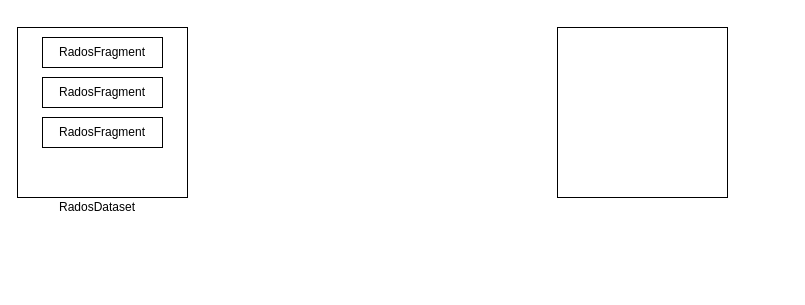
Above: arrow-cls-2.drawio in JayjeetAtGithub/draw.io (draw.io), before the change. Source tidied: cells renumbered, new cells numbered last; positions are measured from the earlier drawing's top-left corner, leaving out a move shared by most shapes. Both pictures are drawn from the tidied source at 100%, with x=0, y=0 at pixel (17, 27).
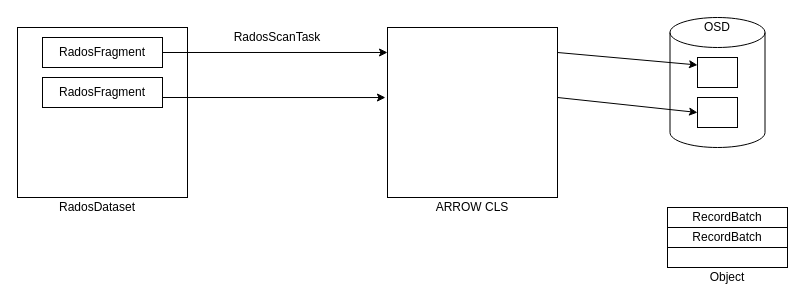
The same page after the edit.

The change refers to these unchanged cells:
```xml
<mxCell id="4" value="RadosFragment" style="rounded=0;whiteSpace=wrap;html=1;" parent="1" vertex="1">
  <mxGeometry x="25" y="10" width="120" height="30" as="geometry" />
</mxCell>
```

Change to the diagram source:
```diff
@@
     <mxCell id="3" style="whiteSpace=wrap;html=1;" parent="1" vertex="1">
-      <mxGeometry x="540" width="170" height="170" as="geometry" />
+      <mxGeometry x="370" width="170" height="170" as="geometry" />
     </mxCell>
@@
-    <mxCell id="5" value="RadosFragment" style="rounded=0;whiteSpace=wrap;html=1;" parent="1" vertex="1">
-      <mxGeometry x="25" y="90" width="120" height="30" as="geometry" />
-    </mxCell>
@@
+    <mxCell id="8" value="ARROW CLS" style="text;html=1;strokeColor=none;fillColor=none;align=center;verticalAlign=middle;whiteSpace=wrap;rounded=0;" parent="1" vertex="1">
+      <mxGeometry x="400" y="170" width="110" height="20" as="geometry" />
+    </mxCell>
+    <mxCell id="9" style="shape=cylinder3;whiteSpace=wrap;html=1;boundedLbl=1;backgroundOutline=1;size=15;" parent="1" vertex="1">
+      <mxGeometry x="652.5" y="-10" width="95" height="130" as="geometry" />
+    </mxCell>
+    <mxCell id="10" style="rounded=0;whiteSpace=wrap;html=1;" parent="1" vertex="1">
+      <mxGeometry x="680" y="70" width="40" height="30" as="geometry" />
+    </mxCell>
+    <mxCell id="11" style="rounded=0;whiteSpace=wrap;html=1;" parent="1" vertex="1">
+      <mxGeometry x="680" y="30" width="40" height="30" as="geometry" />
+    </mxCell>
+    <mxCell id="12" style="rounded=0;whiteSpace=wrap;html=1;" parent="1" vertex="1">
+      <mxGeometry x="650" y="180" width="120" height="60" as="geometry" />
+    </mxCell>
+    <mxCell id="13" value="RecordBatch" style="rounded=0;whiteSpace=wrap;html=1;" parent="1" vertex="1">
+      <mxGeometry x="650" y="180" width="120" height="20" as="geometry" />
+    </mxCell>
+    <mxCell id="14" value="RecordBatch" style="rounded=0;whiteSpace=wrap;html=1;" parent="1" vertex="1">
+      <mxGeometry x="650" y="200" width="120" height="20" as="geometry" />
+    </mxCell>
+    <mxCell id="15" value="Object" style="text;html=1;strokeColor=none;fillColor=none;align=center;verticalAlign=middle;whiteSpace=wrap;rounded=0;" parent="1" vertex="1">
+      <mxGeometry x="690" y="240" width="40" height="20" as="geometry" />
+    </mxCell>
+    <mxCell id="16" value="OSD" style="text;html=1;strokeColor=none;fillColor=none;align=center;verticalAlign=middle;whiteSpace=wrap;rounded=0;" parent="1" vertex="1">
+      <mxGeometry x="680" y="-10" width="40" height="20" as="geometry" />
+    </mxCell>
+    <mxCell id="17" style="endArrow=classic;html=1;exitX=1;exitY=0.5;exitDx=0;exitDy=0;entryX=0;entryY=0.147;entryDx=0;entryDy=0;entryPerimeter=0;" parent="1" edge="1" source="4" target="3">
+      <mxGeometry relative="1" as="geometry" />
+    </mxCell>
+    <mxCell id="18" style="endArrow=classic;html=1;entryX=0;entryY=0.25;entryDx=0;entryDy=0;" parent="1" edge="1" target="11">
+      <mxGeometry relative="1" as="geometry">
+        <mxPoint x="540" y="25" as="sourcePoint" />
+      </mxGeometry>
+    </mxCell>
+    <mxCell id="19" style="endArrow=classic;html=1;entryX=-0.012;entryY=0.412;entryDx=0;entryDy=0;entryPerimeter=0;" parent="1" edge="1" target="3">
+      <mxGeometry relative="1" as="geometry">
+        <mxPoint x="145" y="70" as="sourcePoint" />
+      </mxGeometry>
+    </mxCell>
+    <mxCell id="20" style="endArrow=classic;html=1;entryX=0;entryY=0.5;entryDx=0;entryDy=0;" parent="1" edge="1" target="10">
+      <mxGeometry relative="1" as="geometry">
+        <mxPoint x="540" y="70" as="sourcePoint" />
+      </mxGeometry>
+    </mxCell>
+    <mxCell id="21" value="RadosScanTask" style="text;html=1;strokeColor=none;fillColor=none;align=center;verticalAlign=middle;whiteSpace=wrap;rounded=0;" parent="1" vertex="1">
+      <mxGeometry x="240" width="40" height="20" as="geometry" />
+    </mxCell>
```
